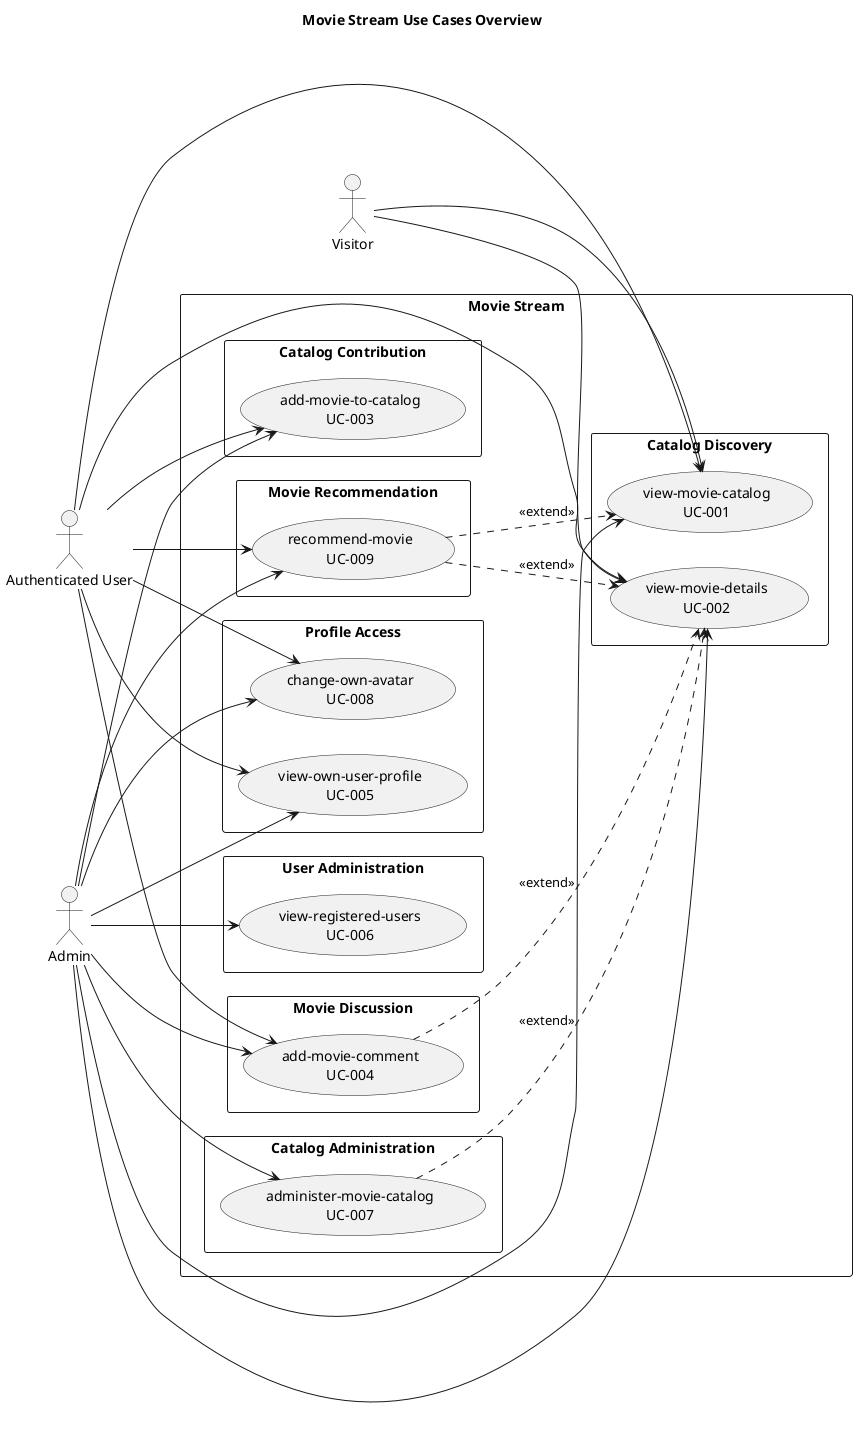
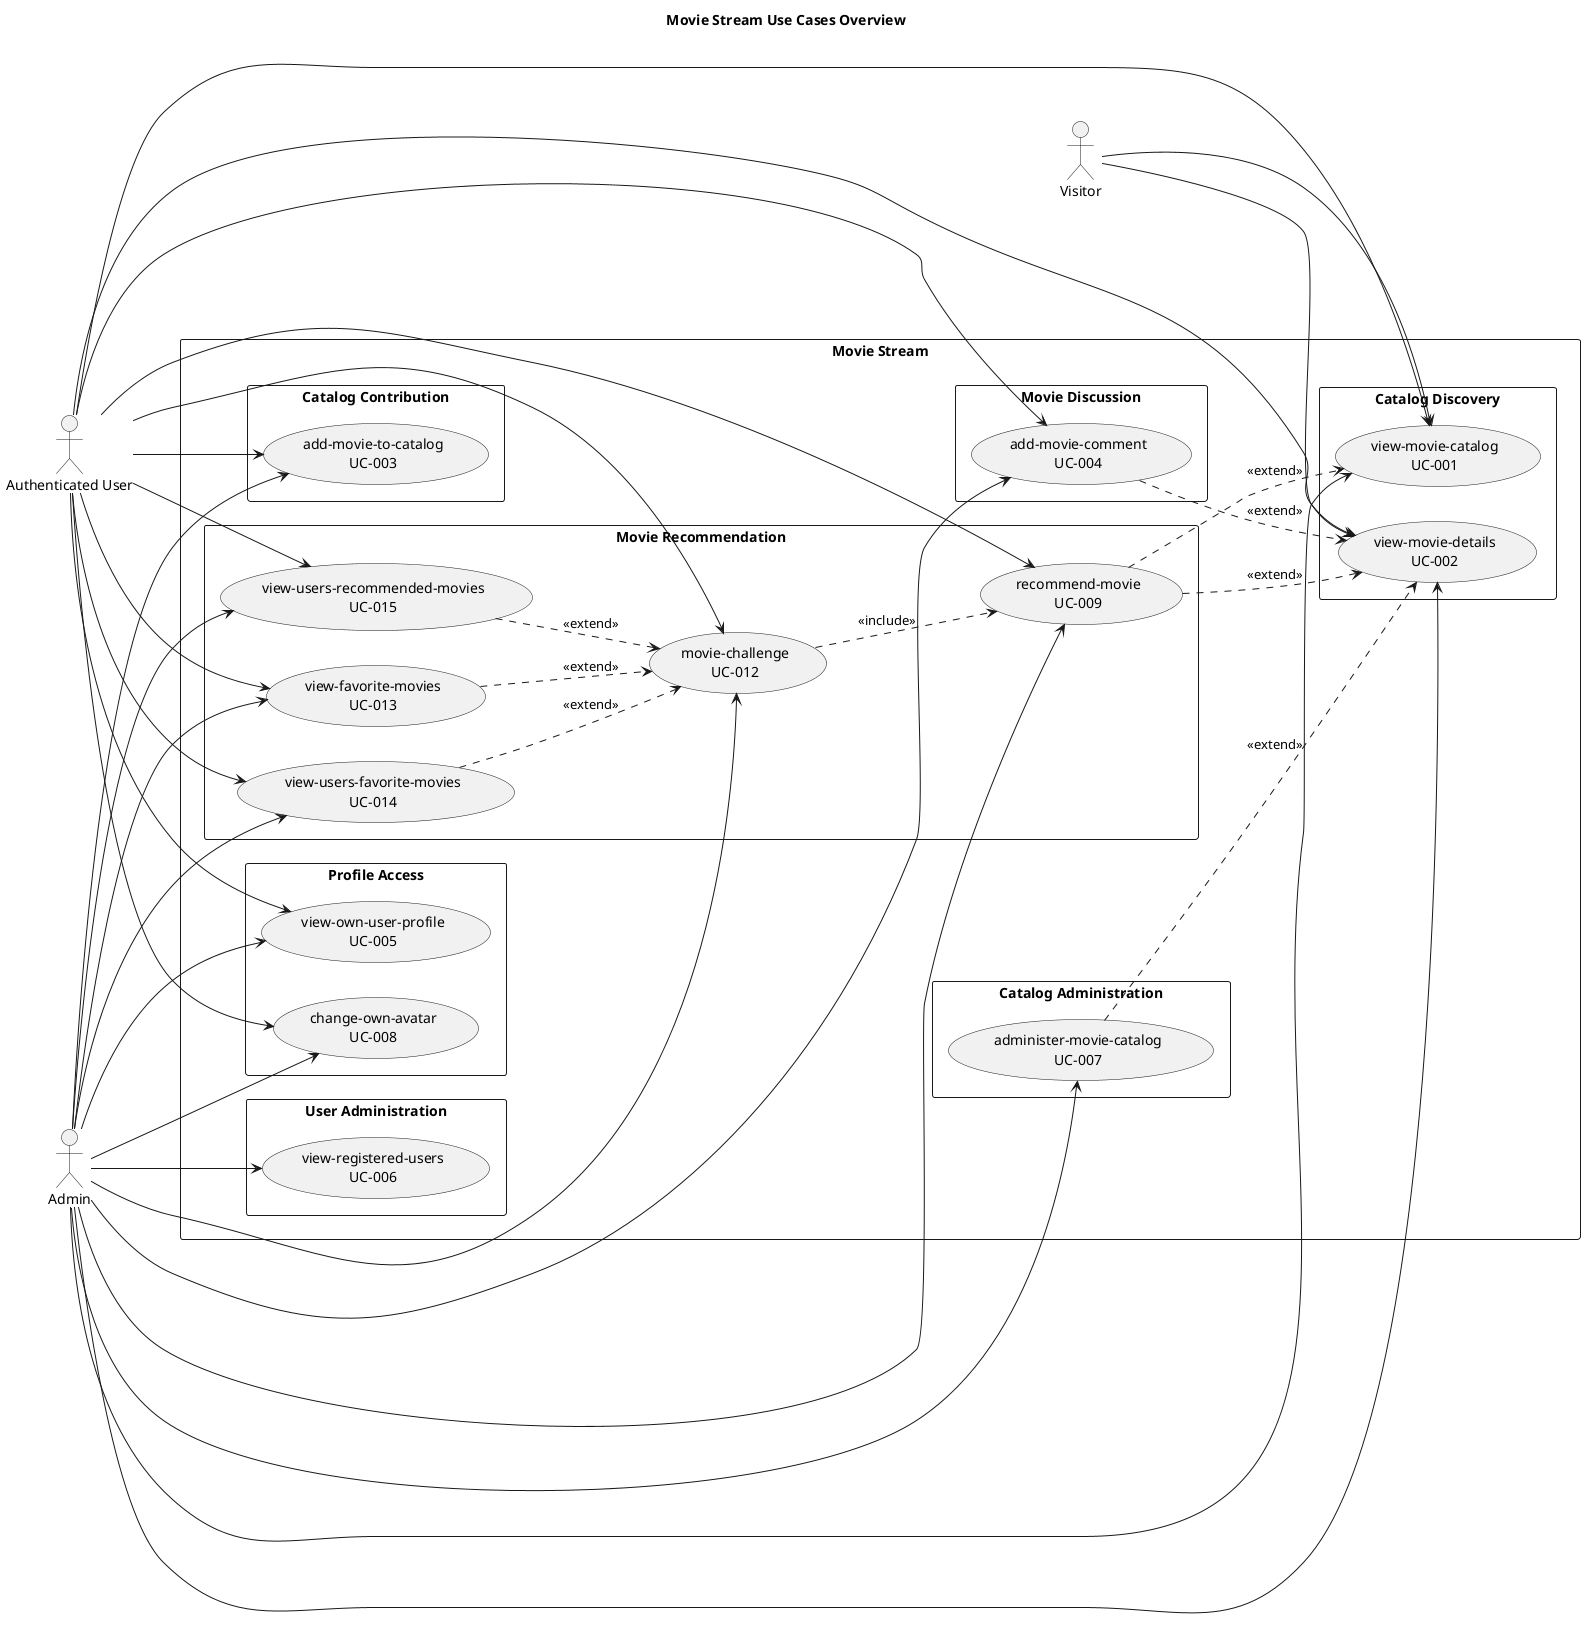
@startuml
title Movie Stream Use Cases Overview
left to right direction
skinparam packageStyle rectangle

actor "Visitor" as visitor
actor "Authenticated User" as user
actor "Admin" as admin

rectangle "Movie Stream" {

    package "Catalog Discovery" {
        usecase "view-movie-catalog\nUC-001" as UC001
        usecase "view-movie-details\nUC-002" as UC002
    }

    package "Catalog Contribution" {
        usecase "add-movie-to-catalog\nUC-003" as UC003
    }

    package "Movie Discussion" {
        usecase "add-movie-comment\nUC-004" as UC004
    }

    package "Movie Recommendation" {
        usecase "recommend-movie\nUC-009" as UC009
+         usecase "movie-challenge\nUC-012" as UC012
+         usecase "view-favorite-movies\nUC-013" as UC013
+         usecase "view-users-favorite-movies\nUC-014" as UC014
+         usecase "view-users-recommended-movies\nUC-015" as UC015
    }

    package "Profile Access" {
        usecase "view-own-user-profile\nUC-005" as UC005
        usecase "change-own-avatar\nUC-008" as UC008
    }

    package "User Administration" {
        usecase "view-registered-users\nUC-006" as UC006
    }

    package "Catalog Administration" {
        usecase "administer-movie-catalog\nUC-007" as UC007
    }
}

visitor --> UC001
visitor --> UC002

user --> UC001
user --> UC002
user --> UC003
user --> UC004
user --> UC009
+ user --> UC012
+ user --> UC013
+ user --> UC014
+ user --> UC015
user --> UC005
user --> UC008

admin --> UC001
admin --> UC002
admin --> UC003
admin --> UC004
admin --> UC009
+ admin --> UC012
+ admin --> UC013
+ admin --> UC014
+ admin --> UC015
admin --> UC005
admin --> UC008
admin --> UC006
admin --> UC007

UC004 ..> UC002 : <<extend>>
UC009 ..> UC001 : <<extend>>
UC009 ..> UC002 : <<extend>>
+ UC012 ..> UC009 : <<include>>
+ UC013 ..> UC012 : <<extend>>
+ UC014 ..> UC012 : <<extend>>
+ UC015 ..> UC012 : <<extend>>
UC007 ..> UC002 : <<extend>>

@enduml
